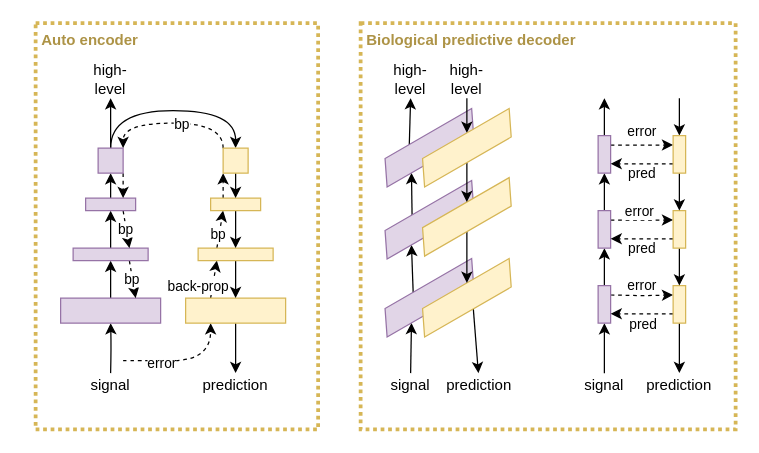
malcolmlett/malcolmlett.github.io keeps this draw.io diagram as page "autodecoder-vs-biology" (8 of 11) of files/Cooperative-competitive-systems.drawio. Above is the earlier version. Source tidied: cells renumbered, new cells numbered last; positions are measured from the earlier drawing's top-left corner, leaving out a move shared by most shapes. Both pictures are drawn from the tidied source at 125%, with x=0, y=0 at pixel (35, 22).
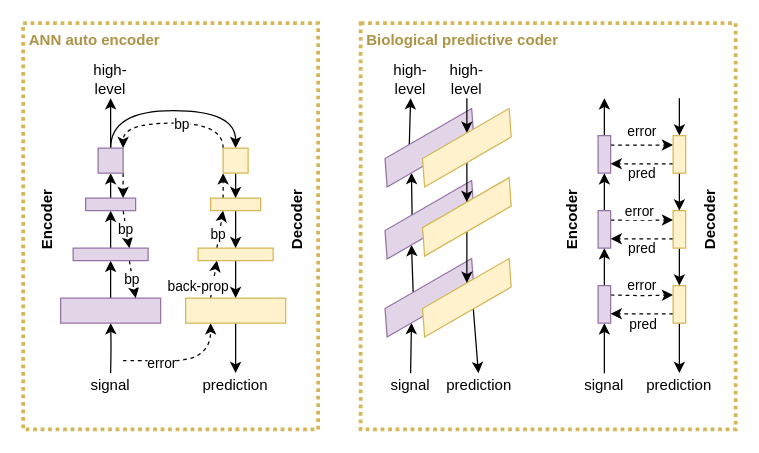
After the change.

What changed in the source:
```diff
@@
-    <mxCell id="2" value="Biological predictive decoder" style="rounded=0;whiteSpace=wrap;html=1;strokeColor=#d6b656;fillColor=none;dashed=1;strokeWidth=3;fontStyle=1;verticalAlign=top;align=left;spacing=2;spacingLeft=3;fontColor=#AD9346;dashPattern=1 1;perimeterSpacing=0;" parent="1" vertex="1">
+    <mxCell id="2" value="Biological predictive coder" style="rounded=0;whiteSpace=wrap;html=1;strokeColor=#d6b656;fillColor=none;dashed=1;strokeWidth=3;fontStyle=1;verticalAlign=top;align=left;spacing=2;spacingLeft=3;fontColor=#AD9346;dashPattern=1 1;perimeterSpacing=0;" parent="1" vertex="1">
       <mxGeometry x="260" width="300" height="325" as="geometry" />
     </mxCell>
-    <mxCell id="3" value="Auto encoder" style="rounded=0;whiteSpace=wrap;html=1;strokeColor=#d6b656;fillColor=none;dashed=1;strokeWidth=3;fontStyle=1;verticalAlign=top;align=left;spacing=2;spacingLeft=3;fontColor=#AD9346;dashPattern=1 1;perimeterSpacing=0;" parent="1" vertex="1">
-      <mxGeometry width="226" height="325" as="geometry" />
+    <mxCell id="3" value="ANN auto encoder" style="rounded=0;whiteSpace=wrap;html=1;strokeColor=#d6b656;fillColor=none;dashed=1;strokeWidth=3;fontStyle=1;verticalAlign=top;align=left;spacing=2;spacingLeft=3;fontColor=#AD9346;dashPattern=1 1;perimeterSpacing=0;" parent="1" vertex="1">
+      <mxGeometry x="-10" width="236" height="325" as="geometry" />
     </mxCell>
@@
+    <mxCell id="79" value="Encoder" style="text;html=1;strokeColor=none;fillColor=none;align=center;verticalAlign=middle;whiteSpace=wrap;rounded=0;horizontal=0;fontStyle=1;" parent="1" vertex="1">
+      <mxGeometry y="87.3" width="20" height="140" as="geometry" />
+    </mxCell>
+    <mxCell id="80" value="Decoder" style="text;html=1;strokeColor=none;fillColor=none;align=center;verticalAlign=middle;whiteSpace=wrap;rounded=0;horizontal=0;fontStyle=1;" parent="1" vertex="1">
+      <mxGeometry x="200" y="87.3" width="20" height="140" as="geometry" />
+    </mxCell>
+    <mxCell id="81" value="Decoder" style="text;html=1;strokeColor=none;fillColor=none;align=center;verticalAlign=middle;whiteSpace=wrap;rounded=0;horizontal=0;fontStyle=1;" parent="1" vertex="1">
+      <mxGeometry x="530" y="87.3" width="20" height="140" as="geometry" />
+    </mxCell>
+    <mxCell id="82" value="Encoder" style="text;html=1;strokeColor=none;fillColor=none;align=center;verticalAlign=middle;whiteSpace=wrap;rounded=0;horizontal=0;fontStyle=1;" parent="1" vertex="1">
+      <mxGeometry x="420" y="87.3" width="20" height="140" as="geometry" />
+    </mxCell>
```
